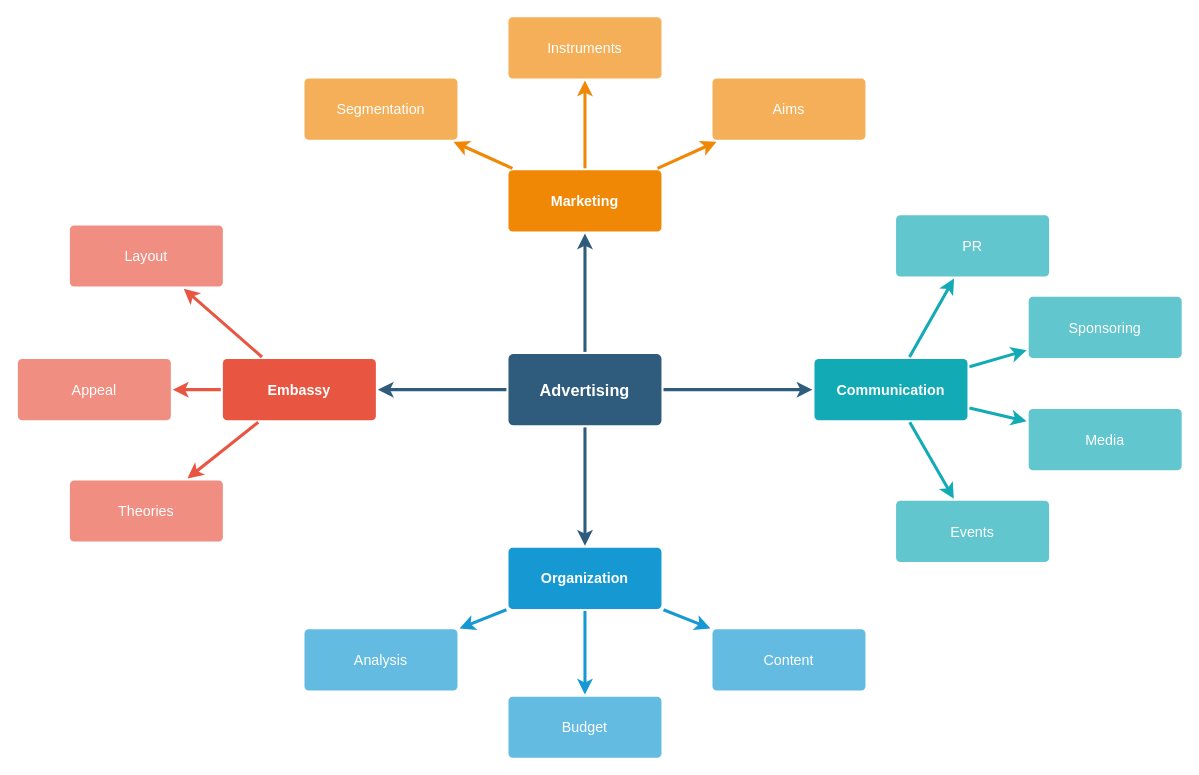
The draw.io diagram Untitled Diagram.drawio in vancat1968/complex, before the edit. Source tidied: cells renumbered, new cells numbered last; positions are measured from the earlier drawing's top-left corner, leaving out a move shared by most shapes. Both pictures are drawn from the tidied source at 102%, with x=0, y=0 at pixel (17, 16).
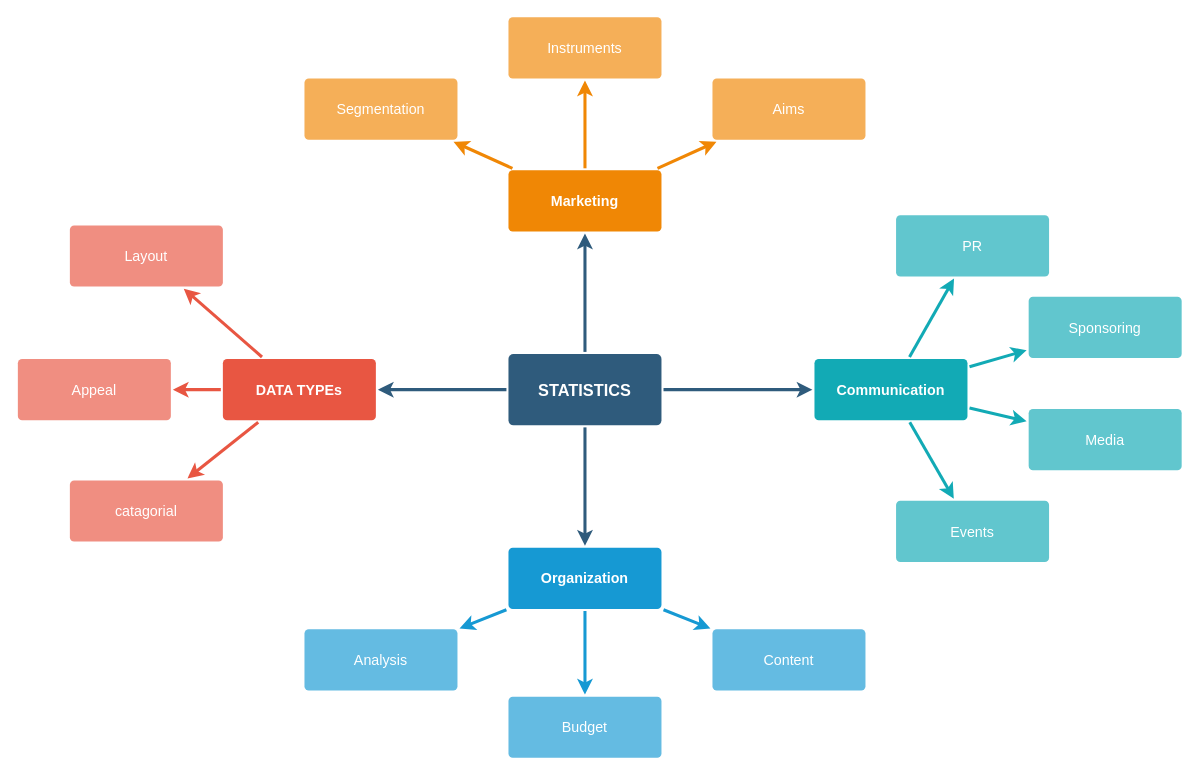
Above is the later version.

Change to the diagram source:
```diff
@@
-    <mxCell id="6" value="Advertising" style="rounded=1;whiteSpace=wrap;html=1;shadow=0;labelBackgroundColor=none;strokeColor=none;strokeWidth=3;fillColor=#2F5B7C;fontFamily=Helvetica;fontSize=16;fontColor=#FFFFFF;align=center;fontStyle=1;spacing=5;arcSize=7;perimeterSpacing=2;" parent="1" vertex="1">
+    <mxCell id="6" value="STATISTICS" style="rounded=1;whiteSpace=wrap;html=1;shadow=0;labelBackgroundColor=none;strokeColor=none;strokeWidth=3;fillColor=#2F5B7C;fontFamily=Helvetica;fontSize=16;fontColor=#FFFFFF;align=center;fontStyle=1;spacing=5;arcSize=7;perimeterSpacing=2;" parent="1" vertex="1">
       <mxGeometry x="481" y="330.5" width="150" height="70" as="geometry" />
     </mxCell>
@@
-    <mxCell id="10" value="Embassy" style="rounded=1;whiteSpace=wrap;html=1;shadow=0;labelBackgroundColor=none;strokeColor=none;strokeWidth=3;fillColor=#e85642;fontFamily=Helvetica;fontSize=14;fontColor=#FFFFFF;align=center;spacing=5;fontStyle=1;arcSize=7;perimeterSpacing=2;" parent="1" vertex="1">
+    <mxCell id="10" value="DATA TYPEs" style="rounded=1;whiteSpace=wrap;html=1;shadow=0;labelBackgroundColor=none;strokeColor=none;strokeWidth=3;fillColor=#e85642;fontFamily=Helvetica;fontSize=14;fontColor=#FFFFFF;align=center;spacing=5;fontStyle=1;arcSize=7;perimeterSpacing=2;" parent="1" vertex="1">
       <mxGeometry x="201" y="335.5" width="150" height="60" as="geometry" />
     </mxCell>
-    <mxCell id="11" value="Theories" style="rounded=1;whiteSpace=wrap;html=1;shadow=0;labelBackgroundColor=none;strokeColor=none;strokeWidth=3;fillColor=#f08e81;fontFamily=Helvetica;fontSize=14;fontColor=#FFFFFF;align=center;spacing=5;fontStyle=0;arcSize=7;perimeterSpacing=2;" parent="1" vertex="1">
+    <mxCell id="11" value="catagorial" style="rounded=1;whiteSpace=wrap;html=1;shadow=0;labelBackgroundColor=none;strokeColor=none;strokeWidth=3;fillColor=#f08e81;fontFamily=Helvetica;fontSize=14;fontColor=#FFFFFF;align=center;spacing=5;fontStyle=0;arcSize=7;perimeterSpacing=2;" parent="1" vertex="1">
       <mxGeometry x="51" y="454.5" width="150" height="60" as="geometry" />
     </mxCell>
```
